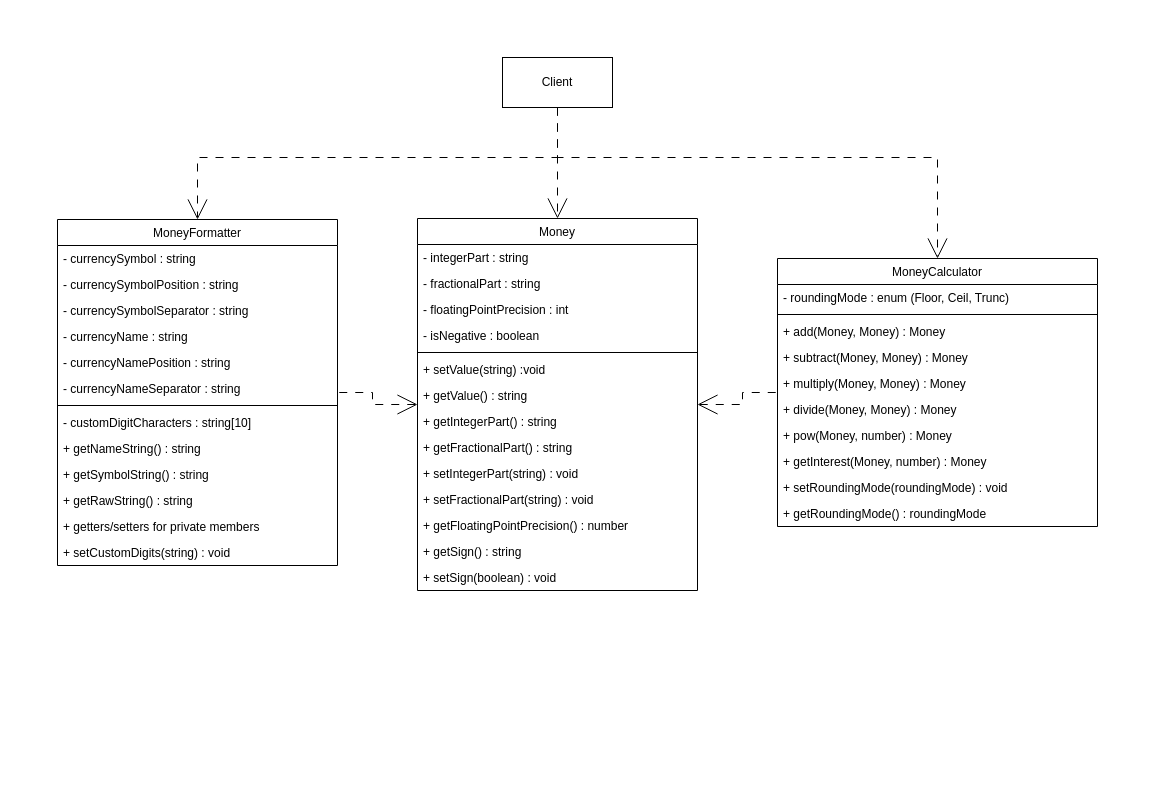
Before: uml-class-diagram.drawio in konstantin-lukas/money-calculator, a draw.io diagram. Source tidied: cells renumbered, new cells numbered last; positions are measured from the earlier drawing's top-left corner, leaving out a move shared by most shapes. Both pictures are drawn from the tidied source at 100%, with x=0, y=0 at pixel (17, 17).
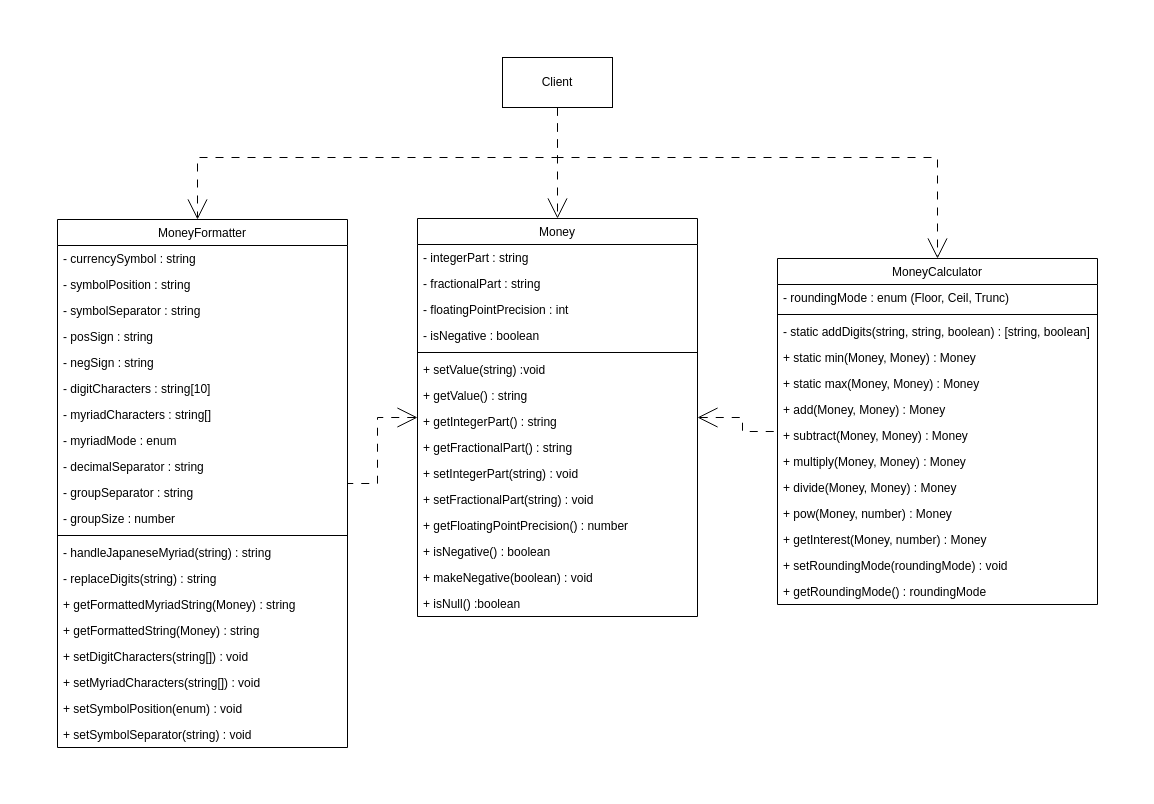
Above is the later version.

Commit message (it also covers changes not shown here):
added subtract method in money_calculator.ts, added doxygen-style comments, updated uml-diagram; wrote some tests

Change to the diagram source:
```diff
@@
     <mxCell id="2" style="rounded=0;whiteSpace=wrap;html=1;fillColor=default;strokeColor=none;" parent="1" vertex="1">
-      <mxGeometry width="1120" height="610" as="geometry" />
+      <mxGeometry width="1120" height="770" as="geometry" />
     </mxCell>
@@
     <mxCell id="5" value="Money" style="swimlane;fontStyle=0;horizontal=1;startSize=26;fillColor=none;" parent="1" vertex="1">
-      <mxGeometry x="400" y="201" width="280" height="372" as="geometry" />
+      <mxGeometry x="400" y="201" width="280" height="398" as="geometry" />
     </mxCell>
@@
-    <mxCell id="18" value="+ getSign() : string" style="text;strokeColor=none;fillColor=none;align=left;verticalAlign=top;spacingLeft=4;spacingRight=4;overflow=hidden;" parent="5" vertex="1">
-      <mxGeometry y="320" width="280" height="26" as="geometry" />
-    </mxCell>
-    <mxCell id="19" value="+ setSign(boolean) : void" style="text;strokeColor=none;fillColor=none;align=left;verticalAlign=top;spacingLeft=4;spacingRight=4;overflow=hidden;" parent="5" vertex="1">
-      <mxGeometry y="346" width="280" height="26" as="geometry" />
-    </mxCell>
+    <mxCell id="49" value="+ isNegative() : boolean" style="text;strokeColor=none;fillColor=none;align=left;verticalAlign=top;spacingLeft=4;spacingRight=4;overflow=hidden;" parent="5" vertex="1">
+      <mxGeometry y="320" width="280" height="26" as="geometry" />
+    </mxCell>
+    <mxCell id="50" value="+ makeNegative(boolean) : void" style="text;strokeColor=none;fillColor=none;align=left;verticalAlign=top;spacingLeft=4;spacingRight=4;overflow=hidden;" parent="5" vertex="1">
+      <mxGeometry y="346" width="280" height="26" as="geometry" />
+    </mxCell>
+    <mxCell id="51" value="+ isNull() :boolean" style="text;strokeColor=none;fillColor=none;align=left;verticalAlign=top;spacingLeft=4;spacingRight=4;overflow=hidden;" parent="5" vertex="1">
+      <mxGeometry y="372" width="280" height="26" as="geometry" />
+    </mxCell>
     <mxCell id="20" value="MoneyFormatter" style="swimlane;fontStyle=0;horizontal=1;startSize=26;fillColor=none;" parent="1" vertex="1">
-      <mxGeometry x="40" y="202" width="280" height="346" as="geometry" />
+      <mxGeometry x="40" y="202" width="290" height="528" as="geometry" />
     </mxCell>
     <mxCell id="21" value="- currencySymbol : string" style="text;strokeColor=none;fillColor=none;align=left;verticalAlign=top;spacingLeft=4;spacingRight=4;overflow=hidden;" parent="20" vertex="1">
-      <mxGeometry y="26" width="280" height="26" as="geometry" />
+      <mxGeometry y="26" width="290" height="26" as="geometry" />
     </mxCell>
-    <mxCell id="22" value="- currencySymbolPosition : string" style="text;strokeColor=none;fillColor=none;align=left;verticalAlign=top;spacingLeft=4;spacingRight=4;overflow=hidden;" parent="20" vertex="1">
-      <mxGeometry y="52" width="280" height="26" as="geometry" />
+    <mxCell id="22" value="- symbolPosition : string" style="text;strokeColor=none;fillColor=none;align=left;verticalAlign=top;spacingLeft=4;spacingRight=4;overflow=hidden;" parent="20" vertex="1">
+      <mxGeometry y="52" width="290" height="26" as="geometry" />
     </mxCell>
-    <mxCell id="23" value="- currencySymbolSeparator : string" style="text;strokeColor=none;fillColor=none;align=left;verticalAlign=top;spacingLeft=4;spacingRight=4;overflow=hidden;" parent="20" vertex="1">
-      <mxGeometry y="78" width="280" height="26" as="geometry" />
+    <mxCell id="23" value="- symbolSeparator : string" style="text;strokeColor=none;fillColor=none;align=left;verticalAlign=top;spacingLeft=4;spacingRight=4;overflow=hidden;" parent="20" vertex="1">
+      <mxGeometry y="78" width="290" height="26" as="geometry" />
     </mxCell>
+    <mxCell id="52" value="- posSign : string" style="text;strokeColor=none;fillColor=none;align=left;verticalAlign=top;spacingLeft=4;spacingRight=4;overflow=hidden;" parent="20" vertex="1">
+      <mxGeometry y="104" width="290" height="26" as="geometry" />
+    </mxCell>
+    <mxCell id="53" value="- negSign : string" style="text;strokeColor=none;fillColor=none;align=left;verticalAlign=top;spacingLeft=4;spacingRight=4;overflow=hidden;" parent="20" vertex="1">
+      <mxGeometry y="130" width="290" height="26" as="geometry" />
+    </mxCell>
+    <mxCell id="54" value="- digitCharacters : string[10]" style="text;strokeColor=none;fillColor=none;align=left;verticalAlign=top;spacingLeft=4;spacingRight=4;overflow=hidden;" parent="20" vertex="1">
+      <mxGeometry y="156" width="290" height="26" as="geometry" />
+    </mxCell>
+    <mxCell id="55" value="- myriadCharacters : string[]" style="text;strokeColor=none;fillColor=none;align=left;verticalAlign=top;spacingLeft=4;spacingRight=4;overflow=hidden;" parent="20" vertex="1">
+      <mxGeometry y="182" width="290" height="26" as="geometry" />
+    </mxCell>
-    <mxCell id="24" value="- currencyName : string" style="text;strokeColor=none;fillColor=none;align=left;verticalAlign=top;spacingLeft=4;spacingRight=4;overflow=hidden;" parent="20" vertex="1">
-      <mxGeometry y="104" width="280" height="26" as="geometry" />
+    <mxCell id="24" value="- myriadMode : enum" style="text;strokeColor=none;fillColor=none;align=left;verticalAlign=top;spacingLeft=4;spacingRight=4;overflow=hidden;" parent="20" vertex="1">
+      <mxGeometry y="208" width="290" height="26" as="geometry" />
     </mxCell>
-    <mxCell id="25" value="- currencyNamePosition : string" style="text;strokeColor=none;fillColor=none;align=left;verticalAlign=top;spacingLeft=4;spacingRight=4;overflow=hidden;" parent="20" vertex="1">
-      <mxGeometry y="130" width="280" height="26" as="geometry" />
-    </mxCell>
-    <mxCell id="26" value="- currencyNameSeparator : string" style="text;strokeColor=none;fillColor=none;align=left;verticalAlign=top;spacingLeft=4;spacingRight=4;overflow=hidden;" parent="20" vertex="1">
-      <mxGeometry y="156" width="280" height="26" as="geometry" />
-    </mxCell>
+    <mxCell id="56" value="- decimalSeparator : string" style="text;strokeColor=none;fillColor=none;align=left;verticalAlign=top;spacingLeft=4;spacingRight=4;overflow=hidden;" parent="20" vertex="1">
+      <mxGeometry y="234" width="290" height="26" as="geometry" />
+    </mxCell>
+    <mxCell id="57" value="- groupSeparator : string" style="text;strokeColor=none;fillColor=none;align=left;verticalAlign=top;spacingLeft=4;spacingRight=4;overflow=hidden;" parent="20" vertex="1">
+      <mxGeometry y="260" width="290" height="26" as="geometry" />
+    </mxCell>
+    <mxCell id="58" value="- groupSize : number" style="text;strokeColor=none;fillColor=none;align=left;verticalAlign=top;spacingLeft=4;spacingRight=4;overflow=hidden;" parent="20" vertex="1">
+      <mxGeometry y="286" width="290" height="26" as="geometry" />
+    </mxCell>
     <mxCell id="27" style="line;strokeWidth=1;fillColor=none;align=left;verticalAlign=middle;spacingTop=-1;spacingLeft=3;spacingRight=3;labelPosition=right;strokeColor=inherit;" parent="20" vertex="1">
-      <mxGeometry y="182" width="280" height="8" as="geometry" />
+      <mxGeometry y="312" width="290" height="8" as="geometry" />
     </mxCell>
-    <mxCell id="28" value="- customDigitCharacters : string[10]" style="text;strokeColor=none;fillColor=none;align=left;verticalAlign=top;spacingLeft=4;spacingRight=4;overflow=hidden;" parent="20" vertex="1">
-      <mxGeometry y="190" width="280" height="26" as="geometry" />
-    </mxCell>
+    <mxCell id="59" value="- handleJapaneseMyriad(string) : string" style="text;strokeColor=none;fillColor=none;align=left;verticalAlign=top;spacingLeft=4;spacingRight=4;overflow=hidden;" parent="20" vertex="1">
+      <mxGeometry y="320" width="290" height="26" as="geometry" />
+    </mxCell>
+    <mxCell id="60" value="- replaceDigits(string) : string" style="text;strokeColor=none;fillColor=none;align=left;verticalAlign=top;spacingLeft=4;spacingRight=4;overflow=hidden;" parent="20" vertex="1">
+      <mxGeometry y="346" width="290" height="26" as="geometry" />
+    </mxCell>
+    <mxCell id="61" value="+ getFormattedMyriadString(Money) : string" style="text;strokeColor=none;fillColor=none;align=left;verticalAlign=top;spacingLeft=4;spacingRight=4;overflow=hidden;" parent="20" vertex="1">
+      <mxGeometry y="372" width="290" height="26" as="geometry" />
+    </mxCell>
-    <mxCell id="29" value="+ getNameString() : string" style="text;strokeColor=none;fillColor=none;align=left;verticalAlign=top;spacingLeft=4;spacingRight=4;overflow=hidden;" parent="20" vertex="1">
-      <mxGeometry y="216" width="280" height="26" as="geometry" />
+    <mxCell id="29" value="+ getFormattedString(Money) : string" style="text;strokeColor=none;fillColor=none;align=left;verticalAlign=top;spacingLeft=4;spacingRight=4;overflow=hidden;" parent="20" vertex="1">
+      <mxGeometry y="398" width="290" height="26" as="geometry" />
     </mxCell>
-    <mxCell id="30" value="+ getSymbolString() : string" style="text;strokeColor=none;fillColor=none;align=left;verticalAlign=top;spacingLeft=4;spacingRight=4;overflow=hidden;" parent="20" vertex="1">
-      <mxGeometry y="242" width="280" height="26" as="geometry" />
+    <mxCell id="30" value="+ setDigitCharacters(string[]) : void" style="text;strokeColor=none;fillColor=none;align=left;verticalAlign=top;spacingLeft=4;spacingRight=4;overflow=hidden;" parent="20" vertex="1">
+      <mxGeometry y="424" width="290" height="26" as="geometry" />
     </mxCell>
-    <mxCell id="31" value="+ getRawString() : string" style="text;strokeColor=none;fillColor=none;align=left;verticalAlign=top;spacingLeft=4;spacingRight=4;overflow=hidden;" parent="20" vertex="1">
-      <mxGeometry y="268" width="280" height="26" as="geometry" />
+    <mxCell id="31" value="+ setMyriadCharacters(string[]) : void" style="text;strokeColor=none;fillColor=none;align=left;verticalAlign=top;spacingLeft=4;spacingRight=4;overflow=hidden;" parent="20" vertex="1">
+      <mxGeometry y="450" width="290" height="26" as="geometry" />
     </mxCell>
-    <mxCell id="32" value="+ getters/setters for private members" style="text;strokeColor=none;fillColor=none;align=left;verticalAlign=top;spacingLeft=4;spacingRight=4;overflow=hidden;" parent="20" vertex="1">
-      <mxGeometry y="294" width="280" height="26" as="geometry" />
+    <mxCell id="32" value="+ setSymbolPosition(enum) : void" style="text;strokeColor=none;fillColor=none;align=left;verticalAlign=top;spacingLeft=4;spacingRight=4;overflow=hidden;" parent="20" vertex="1">
+      <mxGeometry y="476" width="290" height="26" as="geometry" />
     </mxCell>
-    <mxCell id="33" value="+ setCustomDigits(string) : void" style="text;strokeColor=none;fillColor=none;align=left;verticalAlign=top;spacingLeft=4;spacingRight=4;overflow=hidden;" parent="20" vertex="1">
-      <mxGeometry y="320" width="280" height="26" as="geometry" />
+    <mxCell id="33" value="+ setSymbolSeparator(string) : void" style="text;strokeColor=none;fillColor=none;align=left;verticalAlign=top;spacingLeft=4;spacingRight=4;overflow=hidden;" parent="20" vertex="1">
+      <mxGeometry y="502" width="290" height="26" as="geometry" />
     </mxCell>
     <mxCell id="34" value="MoneyCalculator" style="swimlane;fontStyle=0;horizontal=1;startSize=26;fillColor=none;" parent="1" vertex="1">
-      <mxGeometry x="760" y="241" width="320" height="268" as="geometry" />
+      <mxGeometry x="760" y="241" width="320" height="346" as="geometry" />
     </mxCell>
@@
+    <mxCell id="62" value="- static addDigits(string, string, boolean) : [string, boolean]" style="text;strokeColor=none;fillColor=none;align=left;verticalAlign=top;spacingLeft=4;spacingRight=4;overflow=hidden;" parent="34" vertex="1">
+      <mxGeometry y="60" width="320" height="26" as="geometry" />
+    </mxCell>
+    <mxCell id="63" value="+ static min(Money, Money) : Money" style="text;strokeColor=none;fillColor=none;align=left;verticalAlign=top;spacingLeft=4;spacingRight=4;overflow=hidden;" parent="34" vertex="1">
+      <mxGeometry y="86" width="320" height="26" as="geometry" />
+    </mxCell>
+    <mxCell id="64" value="+ static max(Money, Money) : Money" style="text;strokeColor=none;fillColor=none;align=left;verticalAlign=top;spacingLeft=4;spacingRight=4;overflow=hidden;" parent="34" vertex="1">
+      <mxGeometry y="112" width="320" height="26" as="geometry" />
+    </mxCell>
     <mxCell id="37" value="+ add(Money, Money) : Money" style="text;strokeColor=none;fillColor=none;align=left;verticalAlign=top;spacingLeft=4;spacingRight=4;overflow=hidden;" parent="34" vertex="1">
-      <mxGeometry y="60" width="320" height="26" as="geometry" />
+      <mxGeometry y="138" width="320" height="26" as="geometry" />
     </mxCell>
     <mxCell id="38" value="+ subtract(Money, Money) : Money" style="text;strokeColor=none;fillColor=none;align=left;verticalAlign=top;spacingLeft=4;spacingRight=4;overflow=hidden;" parent="34" vertex="1">
-      <mxGeometry y="86" width="320" height="26" as="geometry" />
+      <mxGeometry y="164" width="320" height="26" as="geometry" />
     </mxCell>
     <mxCell id="39" value="+ multiply(Money, Money) : Money" style="text;strokeColor=none;fillColor=none;align=left;verticalAlign=top;spacingLeft=4;spacingRight=4;overflow=hidden;" parent="34" vertex="1">
-      <mxGeometry y="112" width="320" height="26" as="geometry" />
+      <mxGeometry y="190" width="320" height="26" as="geometry" />
     </mxCell>
     <mxCell id="40" value="+ divide(Money, Money) : Money" style="text;strokeColor=none;fillColor=none;align=left;verticalAlign=top;spacingLeft=4;spacingRight=4;overflow=hidden;" parent="34" vertex="1">
-      <mxGeometry y="138" width="320" height="26" as="geometry" />
+      <mxGeometry y="216" width="320" height="26" as="geometry" />
     </mxCell>
     <mxCell id="41" value="+ pow(Money, number) : Money" style="text;strokeColor=none;fillColor=none;align=left;verticalAlign=top;spacingLeft=4;spacingRight=4;overflow=hidden;" parent="34" vertex="1">
-      <mxGeometry y="164" width="320" height="26" as="geometry" />
+      <mxGeometry y="242" width="320" height="26" as="geometry" />
     </mxCell>
     <mxCell id="42" value="+ getInterest(Money, number) : Money" style="text;strokeColor=none;fillColor=none;align=left;verticalAlign=top;spacingLeft=4;spacingRight=4;overflow=hidden;" parent="34" vertex="1">
-      <mxGeometry y="190" width="320" height="26" as="geometry" />
+      <mxGeometry y="268" width="320" height="26" as="geometry" />
     </mxCell>
     <mxCell id="43" value="+ setRoundingMode(roundingMode) : void" style="text;strokeColor=none;fillColor=none;align=left;verticalAlign=top;spacingLeft=4;spacingRight=4;overflow=hidden;" parent="34" vertex="1">
-      <mxGeometry y="216" width="320" height="26" as="geometry" />
+      <mxGeometry y="294" width="320" height="26" as="geometry" />
     </mxCell>
     <mxCell id="44" value="+ getRoundingMode() : roundingMode " style="text;strokeColor=none;fillColor=none;align=left;verticalAlign=top;spacingLeft=4;spacingRight=4;overflow=hidden;" parent="34" vertex="1">
-      <mxGeometry y="242" width="320" height="26" as="geometry" />
+      <mxGeometry y="320" width="320" height="26" as="geometry" />
     </mxCell>
```
